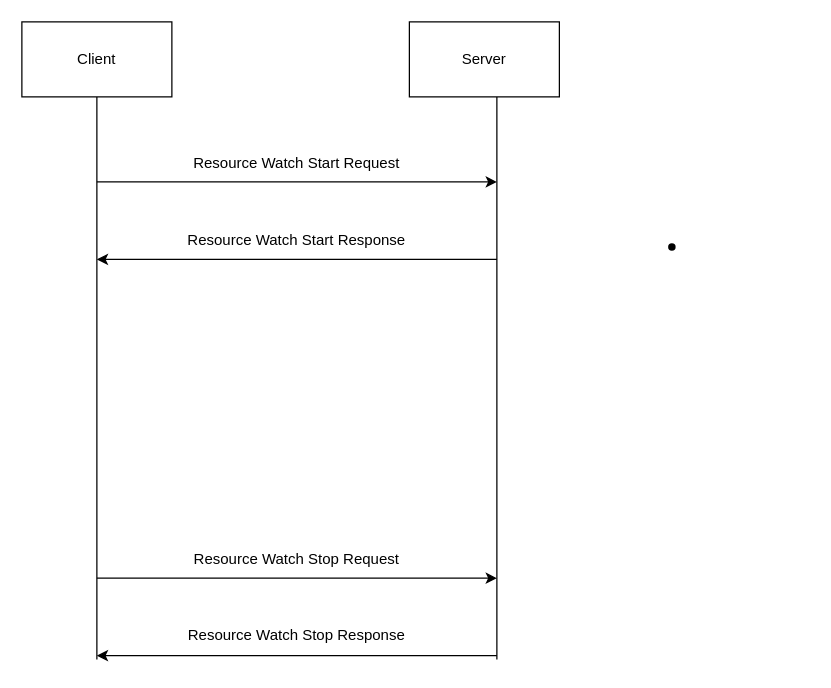
Earlier version of the draw.io diagram UML/mirero/ResourceMonitoring.drawio (rhkdguskim/Study). Source tidied: cells renumbered, new cells numbered last; positions are measured from the earlier drawing's top-left corner, leaving out a move shared by most shapes. Both pictures are drawn from the tidied source at 125%, with x=0, y=0 at pixel (21, 21).
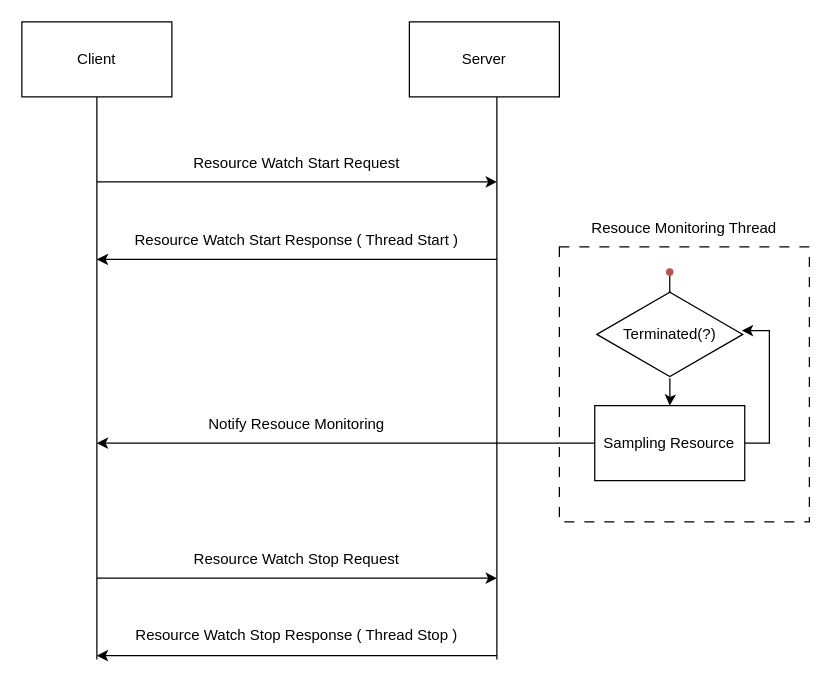
Above is the later version.

Diff of the diagram source:
```diff
@@
-    <mxCell id="7" value="Resource Watch Start Response" style="text;html=1;align=center;verticalAlign=middle;whiteSpace=wrap;rounded=0;" parent="1" vertex="1">
+    <mxCell id="7" value="Resource Watch Start Response ( Thread Start )" style="text;html=1;align=center;verticalAlign=middle;whiteSpace=wrap;rounded=0;" parent="1" vertex="1">
       <mxGeometry x="60" y="160" width="320" height="30" as="geometry" />
     </mxCell>
@@
-    <mxCell id="9" value="Resource Watch Stop Response" style="text;html=1;align=center;verticalAlign=middle;whiteSpace=wrap;rounded=0;" parent="1" vertex="1">
+    <mxCell id="9" value="Resource Watch Stop Response ( Thread Stop )" style="text;html=1;align=center;verticalAlign=middle;whiteSpace=wrap;rounded=0;" parent="1" vertex="1">
       <mxGeometry x="60" y="476" width="320" height="30" as="geometry" />
     </mxCell>
+    <mxCell id="15" style="edgeStyle=orthogonalEdgeStyle;rounded=0;jettySize=auto;html=1;" parent="1" edge="1" source="10" target="17">
+      <mxGeometry relative="1" as="geometry" />
+    </mxCell>
-    <mxCell id="10" style="shape=waypoint;sketch=0;fillStyle=solid;size=6;points=[];fillColor=none;perimeter=centerPerimeter;snapToPoint=1;" parent="1" vertex="1">
-      <mxGeometry x="510" y="170" width="20" height="20" as="geometry" />
+    <mxCell id="10" style="shape=waypoint;sketch=0;fillStyle=solid;size=6;points=[];fillColor=#f8cecc;perimeter=centerPerimeter;snapToPoint=1;strokeColor=#b85450;" parent="1" vertex="1">
+      <mxGeometry x="508.3" y="190" width="20" height="20" as="geometry" />
     </mxCell>
@@
+    <mxCell id="16" style="edgeStyle=orthogonalEdgeStyle;rounded=0;jettySize=auto;html=1;" parent="1" edge="1" source="17" target="19">
+      <mxGeometry relative="1" as="geometry" />
+    </mxCell>
+    <mxCell id="17" value="Terminated(?)" style="html=1;whiteSpace=wrap;shape=isoRectangle;" parent="1" vertex="1">
+      <mxGeometry x="460" y="215" width="116.7" height="70" as="geometry" />
+    </mxCell>
+    <mxCell id="18" style="edgeStyle=orthogonalEdgeStyle;rounded=0;jettySize=auto;html=1;" parent="1" edge="1" source="19">
+      <mxGeometry relative="1" as="geometry">
+        <mxPoint x="60" y="337" as="targetPoint" />
+      </mxGeometry>
+    </mxCell>
+    <mxCell id="19" value="Sampling Resource" style="rounded=0;whiteSpace=wrap;html=1;" parent="1" vertex="1">
+      <mxGeometry x="458.3" y="307" width="120" height="60" as="geometry" />
+    </mxCell>
+    <mxCell id="20" value="Notify Resouce Monitoring" style="text;html=1;align=center;verticalAlign=middle;whiteSpace=wrap;rounded=0;" parent="1" vertex="1">
+      <mxGeometry x="60" y="307" width="320" height="30" as="geometry" />
+    </mxCell>
+    <mxCell id="21" style="edgeStyle=orthogonalEdgeStyle;rounded=0;jettySize=auto;html=1;entryX=0.994;entryY=0.457;entryDx=0;entryDy=0;entryPerimeter=0;" parent="1" edge="1" source="19" target="17">
+      <mxGeometry relative="1" as="geometry">
+        <Array as="points">
+          <mxPoint x="598" y="337" />
+          <mxPoint x="598" y="247" />
+        </Array>
+      </mxGeometry>
+    </mxCell>
+    <mxCell id="22" style="rounded=0;whiteSpace=wrap;html=1;dashed=1;dashPattern=8 8;fillColor=none;" parent="1" vertex="1">
+      <mxGeometry x="430" y="180" width="200" height="220" as="geometry" />
+    </mxCell>
+    <mxCell id="23" value="Resouce Monitoring Thread" style="text;html=1;align=center;verticalAlign=middle;whiteSpace=wrap;rounded=0;" parent="1" vertex="1">
+      <mxGeometry x="430" y="150" width="200" height="30" as="geometry" />
+    </mxCell>
```
